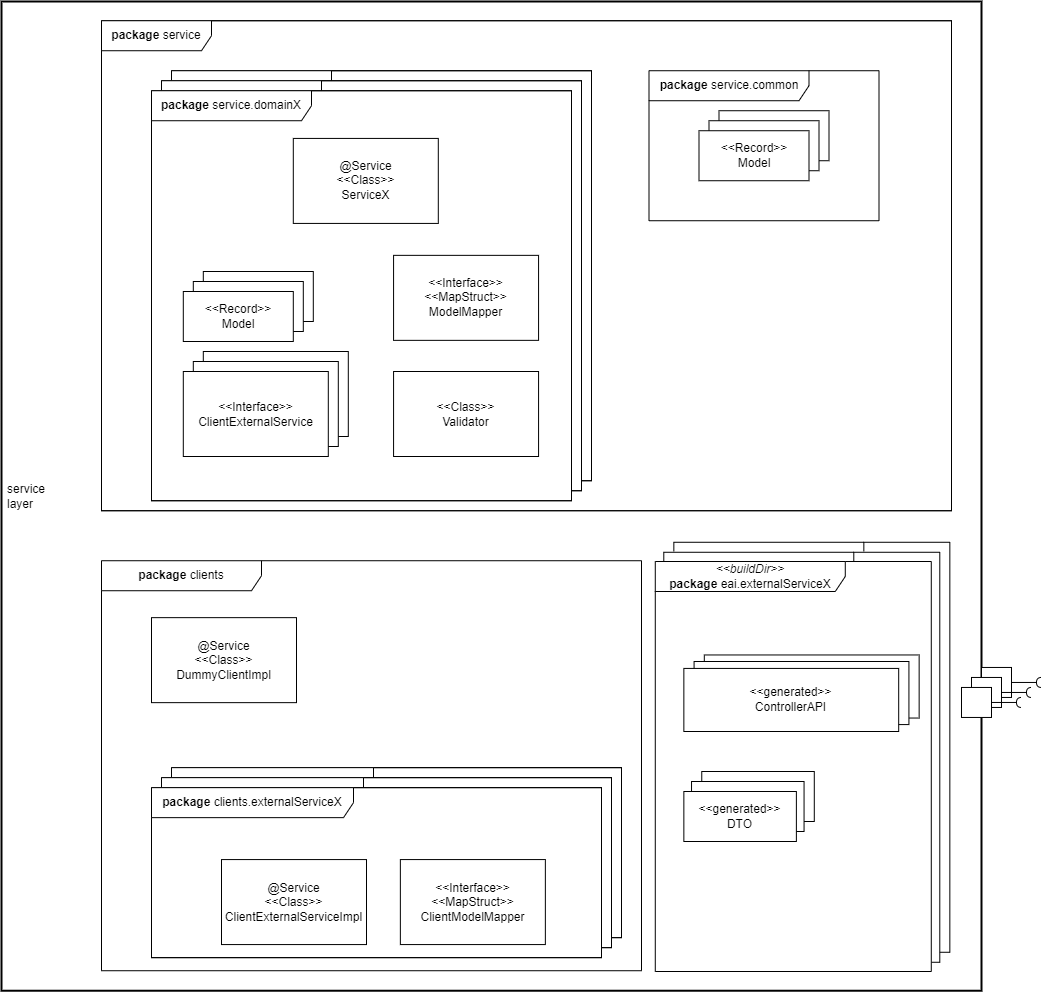
Earlier version of the draw.io export docs/src/public/componentsOfServiceLayer.drawio.png (it-at-m/Wahllokalsystem). Source tidied: cells renumbered, new cells last; positions are measured from the earlier drawing's top-left corner, leaving out a move shared by most shapes.
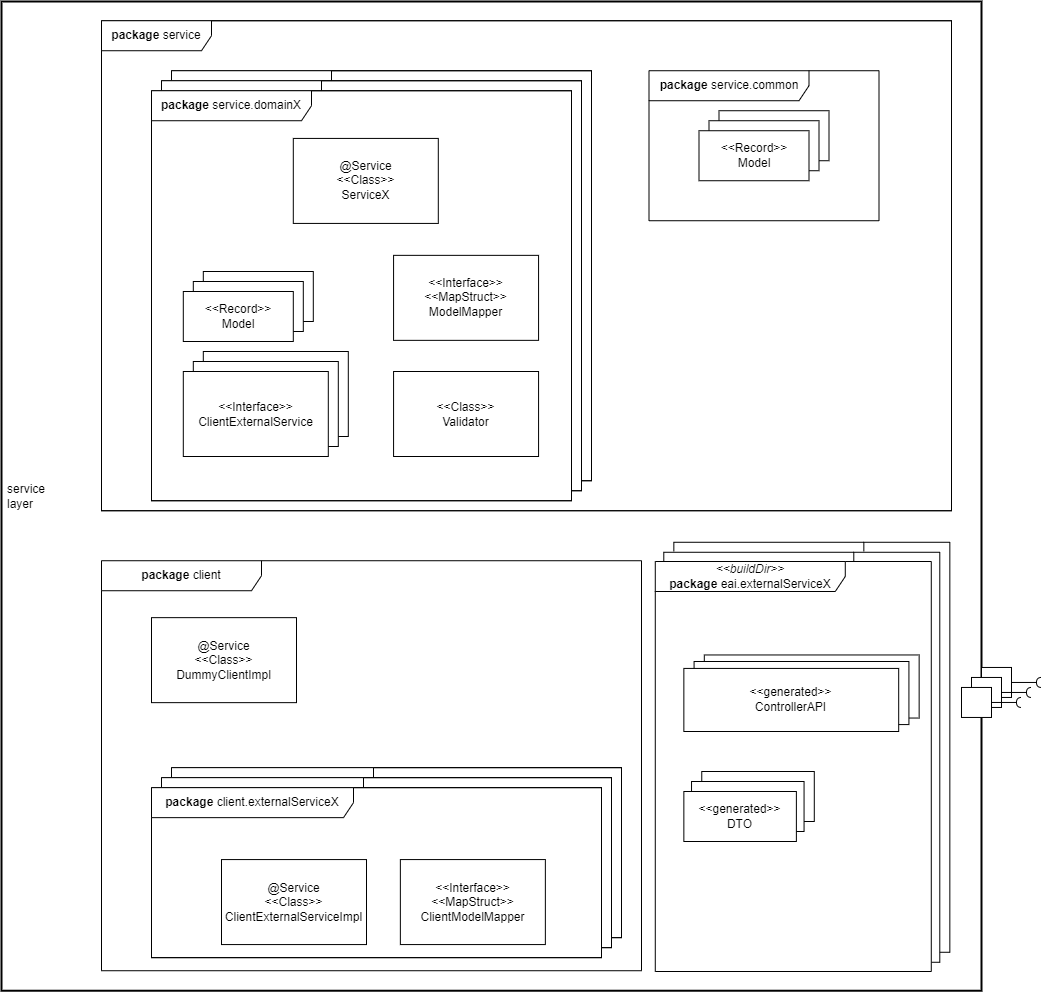
The same diagram one commit later.

Commit message:
use singular for client package

Change to the diagram source:
```diff
@@ -50,7 +50,7 @@
     <mxCell id="17" style="rounded=0;whiteSpace=wrap;html=1;strokeColor=none;" parent="1" vertex="1">
       <mxGeometry x="100" y="559.2" width="540" height="410" as="geometry" />
     </mxCell>
-    <mxCell id="18" value="&lt;b&gt;package&lt;/b&gt;&amp;nbsp;clients" style="shape=umlFrame;whiteSpace=wrap;html=1;width=160;fillColor=default;" parent="17" vertex="1">
+    <mxCell id="18" value="&lt;b&gt;package&lt;/b&gt;&amp;nbsp;client" style="shape=umlFrame;whiteSpace=wrap;html=1;width=160;fillColor=default;" parent="17" vertex="1">
       <mxGeometry width="540" height="410" as="geometry" />
     </mxCell>
     <mxCell id="19" style="edgeStyle=orthogonalEdgeStyle;rounded=0;orthogonalLoop=1;jettySize=auto;html=1;exitX=0.5;exitY=1;exitDx=0;exitDy=0;entryX=0;entryY=0.5;entryDx=0;entryDy=0;endArrow=none;endFill=0;" parent="17" edge="1">
@@ -94,7 +94,7 @@
     <mxCell id="29" style="rounded=0;whiteSpace=wrap;html=1;" parent="24" vertex="1">
       <mxGeometry y="20" width="450" height="170" as="geometry" />
     </mxCell>
-    <mxCell id="30" value="&lt;b&gt;package&lt;/b&gt;&amp;nbsp;clients.externalServiceX" style="shape=umlFrame;whiteSpace=wrap;html=1;width=202;fillColor=default;height=30;" parent="29" vertex="1">
+    <mxCell id="30" value="&lt;b&gt;package&lt;/b&gt;&amp;nbsp;client.externalServiceX" style="shape=umlFrame;whiteSpace=wrap;html=1;width=202;fillColor=default;height=30;" parent="29" vertex="1">
       <mxGeometry width="450" height="170" as="geometry" />
     </mxCell>
     <mxCell id="31" value="&lt;div&gt;@&lt;span style=&quot;background-color: initial;&quot;&gt;Service&lt;/span&gt;&lt;/div&gt;&lt;div&gt;&lt;span style=&quot;background-color: initial;&quot;&gt;&amp;lt;&amp;lt;Class&amp;gt;&amp;gt;&lt;/span&gt;&lt;/div&gt;&lt;div&gt;&lt;span style=&quot;background-color: initial;&quot;&gt;ClientExternalService&lt;/span&gt;&lt;span style=&quot;background-color: initial;&quot;&gt;Impl&lt;/span&gt;&lt;/div&gt;" style="rounded=0;whiteSpace=wrap;html=1;strokeWidth=1;strokeColor=#000000;" parent="30" vertex="1">
```
